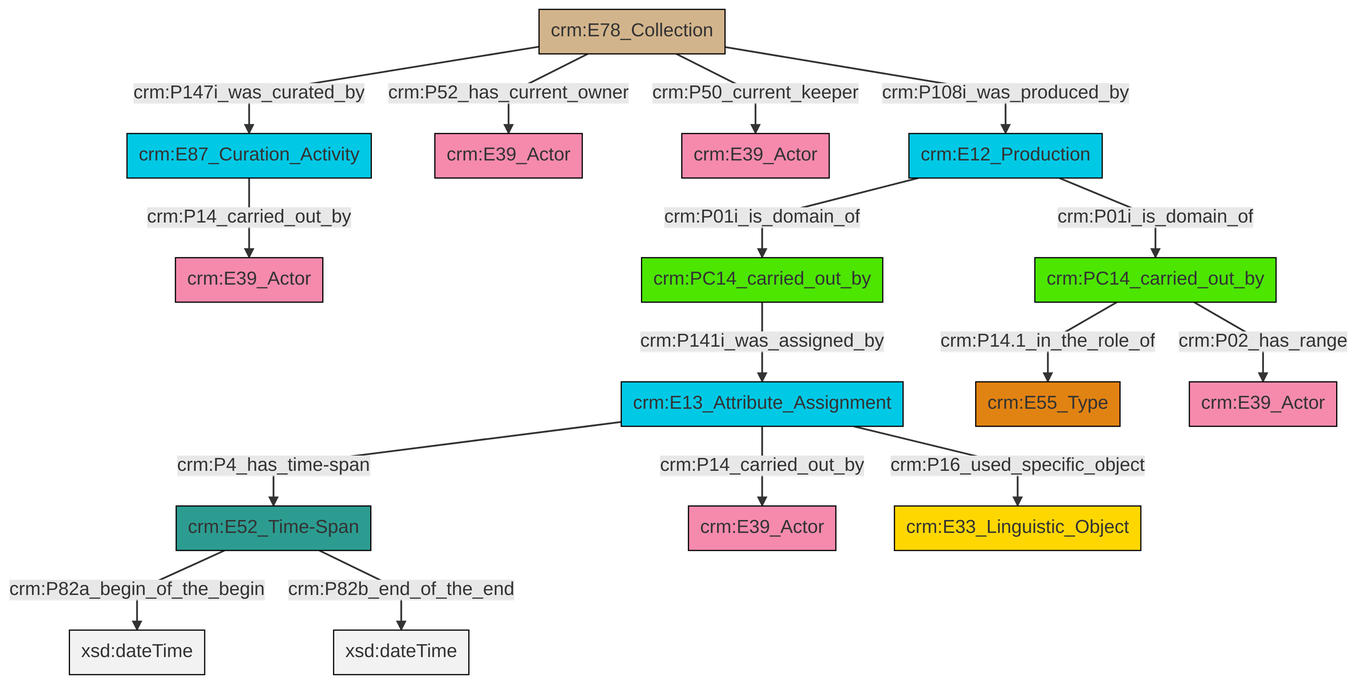
Above: et/archivalCSV/ttl/mmd/png/archival_relation.png in swiss-art-research-net/docs.swissartresearch (Mermaid), before the change. Its source is kept beside it as et/archivalCSV/ttl/mmd/archival_relation.ttl.mmd.
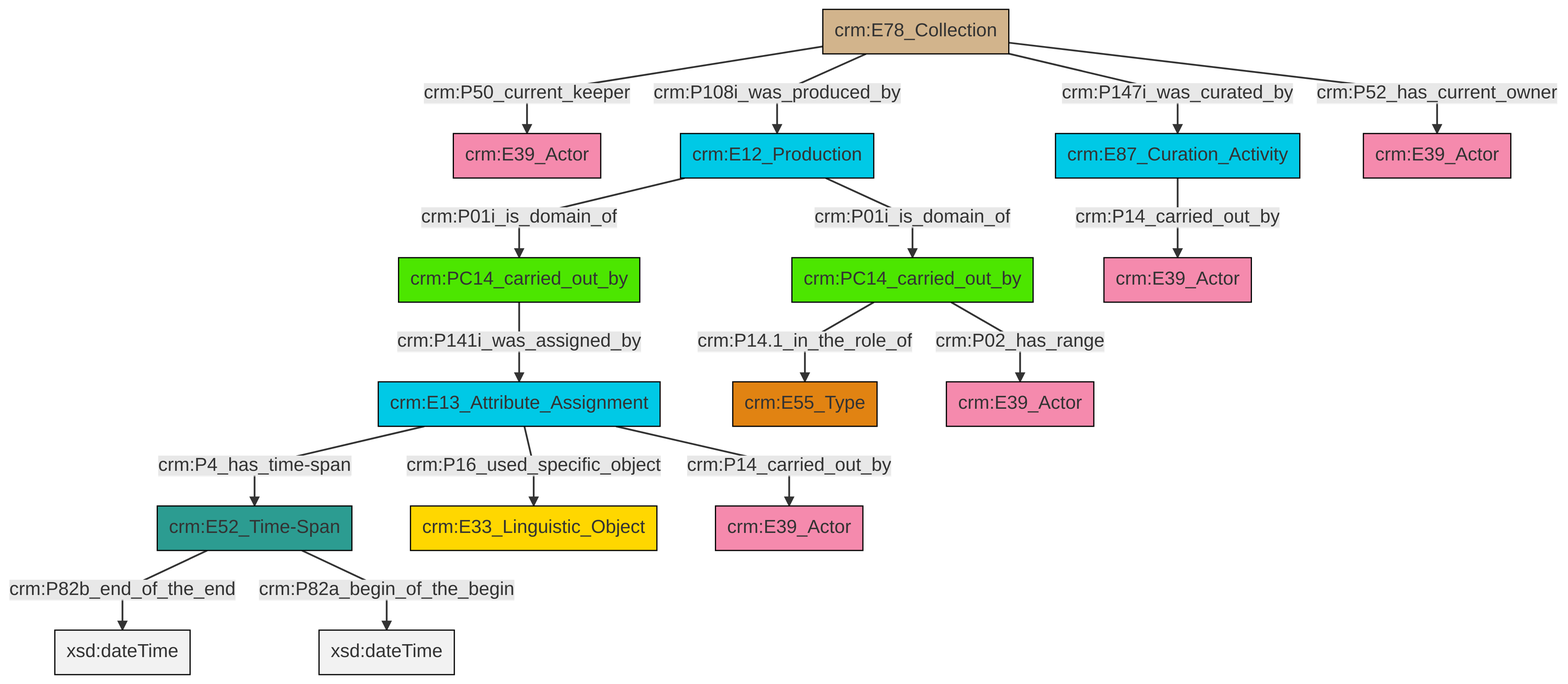
Later version of the same file.

The edit, as a diff of the source:
```diff
@@ -13,18 +13,18 @@
 classDef PC_Classes fill:#4ce600, stroke:#000000;
 classDef Multi fill:#cccccc,stroke:#000000;
 
-2["crm:E12_Production"]:::Temporal_Entity -->|crm:P01i_is_domain_of| 3["crm:PC14_carried_out_by"]:::PC_Classes
-3["crm:PC14_carried_out_by"]:::PC_Classes -->|crm:P141i_was_assigned_by| 4["crm:E13_Attribute_Assignment"]:::Temporal_Entity
-6["crm:E78_Collection"]:::Physical_Thing -->|crm:P147i_was_curated_by| 7["crm:E87_Curation_Activity"]:::Temporal_Entity
-6["crm:E78_Collection"]:::Physical_Thing -->|crm:P52_has_current_owner| 8["crm:E39_Actor"]:::Actor
-11["crm:E52_Time-Span"]:::Time-Span -->|crm:P82a_begin_of_the_begin| 12[xsd:dateTime]:::Literal
-4["crm:E13_Attribute_Assignment"]:::Temporal_Entity -->|crm:P4_has_time-span| 11["crm:E52_Time-Span"]:::Time-Span
-7["crm:E87_Curation_Activity"]:::Temporal_Entity -->|crm:P14_carried_out_by| 18["crm:E39_Actor"]:::Actor
-6["crm:E78_Collection"]:::Physical_Thing -->|crm:P50_current_keeper| 19["crm:E39_Actor"]:::Actor
-2["crm:E12_Production"]:::Temporal_Entity -->|crm:P01i_is_domain_of| 21["crm:PC14_carried_out_by"]:::PC_Classes
-21["crm:PC14_carried_out_by"]:::PC_Classes -->|crm:P14.1_in_the_role_of| 22["crm:E55_Type"]:::Type
-11["crm:E52_Time-Span"]:::Time-Span -->|crm:P82b_end_of_the_end| 25[xsd:dateTime]:::Literal
-4["crm:E13_Attribute_Assignment"]:::Temporal_Entity -->|crm:P14_carried_out_by| 9["crm:E39_Actor"]:::Actor
-21["crm:PC14_carried_out_by"]:::PC_Classes -->|crm:P02_has_range| 15["crm:E39_Actor"]:::Actor
-4["crm:E13_Attribute_Assignment"]:::Temporal_Entity -->|crm:P16_used_specific_object| 0["crm:E33_Linguistic_Object"]:::Conceptual_Object
-6["crm:E78_Collection"]:::Physical_Thing -->|crm:P108i_was_produced_by| 2["crm:E12_Production"]:::Temporal_Entity
+0["crm:E13_Attribute_Assignment"]:::Temporal_Entity -->|crm:P4_has_time-span| 1["crm:E52_Time-Span"]:::Time-Span
+7["crm:PC14_carried_out_by"]:::PC_Classes -->|crm:P14.1_in_the_role_of| 8["crm:E55_Type"]:::Type
+0["crm:E13_Attribute_Assignment"]:::Temporal_Entity -->|crm:P16_used_specific_object| 3["crm:E33_Linguistic_Object"]:::Conceptual_Object
+10["crm:E87_Curation_Activity"]:::Temporal_Entity -->|crm:P14_carried_out_by| 11["crm:E39_Actor"]:::Actor
+12["crm:E78_Collection"]:::Physical_Thing -->|crm:P50_current_keeper| 13["crm:E39_Actor"]:::Actor
+1["crm:E52_Time-Span"]:::Time-Span -->|crm:P82b_end_of_the_end| 14[xsd:dateTime]:::Literal
+0["crm:E13_Attribute_Assignment"]:::Temporal_Entity -->|crm:P14_carried_out_by| 17["crm:E39_Actor"]:::Actor
+12["crm:E78_Collection"]:::Physical_Thing -->|crm:P108i_was_produced_by| 5["crm:E12_Production"]:::Temporal_Entity
+1["crm:E52_Time-Span"]:::Time-Span -->|crm:P82a_begin_of_the_begin| 18[xsd:dateTime]:::Literal
+19["crm:PC14_carried_out_by"]:::PC_Classes -->|crm:P141i_was_assigned_by| 0["crm:E13_Attribute_Assignment"]:::Temporal_Entity
+12["crm:E78_Collection"]:::Physical_Thing -->|crm:P147i_was_curated_by| 10["crm:E87_Curation_Activity"]:::Temporal_Entity
+5["crm:E12_Production"]:::Temporal_Entity -->|crm:P01i_is_domain_of| 19["crm:PC14_carried_out_by"]:::PC_Classes
+12["crm:E78_Collection"]:::Physical_Thing -->|crm:P52_has_current_owner| 25["crm:E39_Actor"]:::Actor
+7["crm:PC14_carried_out_by"]:::PC_Classes -->|crm:P02_has_range| 15["crm:E39_Actor"]:::Actor
+5["crm:E12_Production"]:::Temporal_Entity -->|crm:P01i_is_domain_of| 7["crm:PC14_carried_out_by"]:::PC_Classes
```
